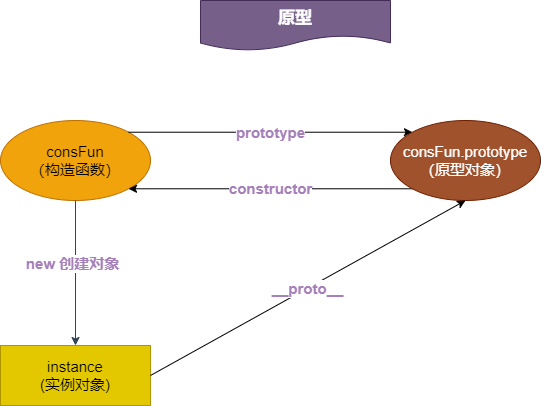
Before: 未命名绘图.drawio.png, a diagram exported from draw.io (arrayListTwo/draw). Source tidied: cells renumbered, new cells last; positions are measured from the earlier drawing's top-left corner, leaving out a move shared by most shapes.
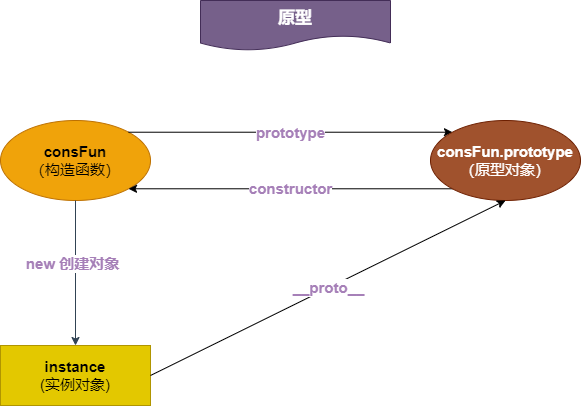
The same file after the commit.

Commit message:
更新未命名绘图.drawio.png

The edit, as a diff of the source:
```diff
@@ -2,10 +2,10 @@
   <root>
     <mxCell id="0" />
     <mxCell id="1" parent="0" />
-    <mxCell id="2" value="&lt;font style=&quot;font-size: 15px;&quot; color=&quot;#000000&quot;&gt;consFun&lt;br&gt;（构造函数）&lt;/font&gt;" style="ellipse;whiteSpace=wrap;html=1;fillStyle=auto;fillColor=#f0a30a;fontColor=#000000;strokeColor=#BD7000;" parent="1" vertex="1">
+    <mxCell id="2" value="&lt;font style=&quot;font-size: 15px;&quot; color=&quot;#000000&quot;&gt;&lt;b&gt;consFun&lt;/b&gt;&lt;br&gt;（构造函数）&lt;/font&gt;" style="ellipse;whiteSpace=wrap;html=1;fillStyle=auto;fillColor=#f0a30a;fontColor=#000000;strokeColor=#BD7000;" parent="1" vertex="1">
       <mxGeometry y="120" width="150" height="80" as="geometry" />
     </mxCell>
-    <mxCell id="3" value="instance&lt;br&gt;(实例对象)" style="rounded=0;whiteSpace=wrap;html=1;fillStyle=auto;fontSize=15;fontColor=#000000;fillColor=#e3c800;strokeColor=#B09500;" parent="1" vertex="1">
+    <mxCell id="3" value="&lt;b&gt;instance&lt;/b&gt;&lt;br&gt;(实例对象)" style="rounded=0;whiteSpace=wrap;html=1;fillStyle=auto;fontSize=15;fontColor=#000000;fillColor=#e3c800;strokeColor=#B09500;" parent="1" vertex="1">
       <mxGeometry y="345" width="150" height="60" as="geometry" />
     </mxCell>
     <mxCell id="4" style="endArrow=classic;html=1;rounded=0;fontSize=15;fontColor=#000000;exitX=0.5;exitY=1;exitDx=0;exitDy=0;fillColor=#647687;strokeColor=#314354;" parent="1" edge="1" source="2" target="3">
@@ -20,8 +20,8 @@
     <mxCell id="7" value="&lt;b&gt;prototype&lt;/b&gt;" style="endArrow=classic;html=1;rounded=0;fontSize=15;fontColor=#A680B8;entryX=0;entryY=0;entryDx=0;entryDy=0;exitX=1;exitY=0;exitDx=0;exitDy=0;" parent="1" edge="1" source="2" target="8">
       <mxGeometry relative="1" as="geometry" />
     </mxCell>
-    <mxCell id="8" value="&lt;span style=&quot;color: rgb(255, 255, 255); font-size: 15px;&quot;&gt;consFun.prototype&lt;/span&gt;&lt;br style=&quot;color: rgb(255, 255, 255); font-size: 15px;&quot;&gt;&lt;span style=&quot;color: rgb(255, 255, 255); font-size: 15px;&quot;&gt;（原型对象）&lt;/span&gt;" style="ellipse;whiteSpace=wrap;html=1;fillStyle=auto;fillColor=#a0522d;fontColor=#ffffff;strokeColor=#6D1F00;" parent="1" vertex="1">
-      <mxGeometry x="390" y="120" width="150" height="80" as="geometry" />
+    <mxCell id="8" value="&lt;span style=&quot;color: rgb(255, 255, 255); font-size: 15px;&quot;&gt;&lt;b&gt;consFun.prototype&lt;/b&gt;&lt;/span&gt;&lt;br style=&quot;color: rgb(255, 255, 255); font-size: 15px;&quot;&gt;&lt;span style=&quot;color: rgb(255, 255, 255); font-size: 15px;&quot;&gt;（原型对象）&lt;/span&gt;" style="ellipse;whiteSpace=wrap;html=1;fillStyle=auto;fillColor=#a0522d;fontColor=#ffffff;strokeColor=#6D1F00;" parent="1" vertex="1">
+      <mxGeometry x="430" y="120" width="150" height="80" as="geometry" />
     </mxCell>
     <mxCell id="9" value="&lt;b&gt;__proto__&lt;/b&gt;" style="endArrow=classic;html=1;rounded=0;fontSize=15;fontColor=#A680B8;exitX=1;exitY=0.5;exitDx=0;exitDy=0;entryX=0.5;entryY=1;entryDx=0;entryDy=0;" parent="1" edge="1" source="3" target="8">
       <mxGeometry relative="1" as="geometry" />
```
